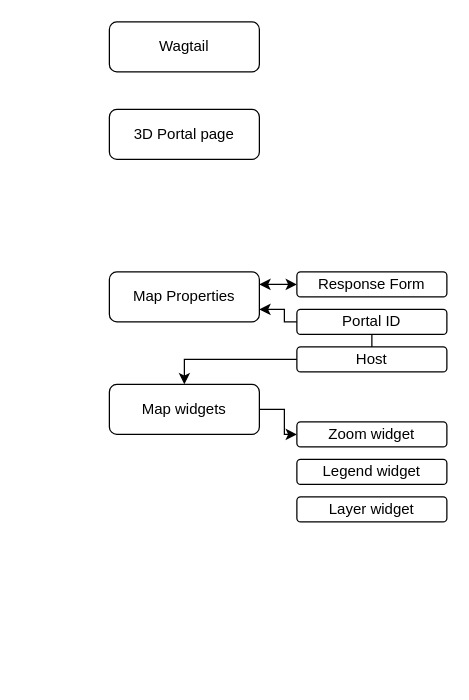
The draw.io diagram Concept/ActivityDiagram-user.drawio in semnijenhuis/3D-ArcGisProject, before the edit. Source tidied: cells renumbered, new cells numbered last; positions are measured from the earlier drawing's top-left corner, leaving out a move shared by most shapes. Both pictures are drawn from the tidied source at 125%, with x=0, y=0 at pixel (109, 21).
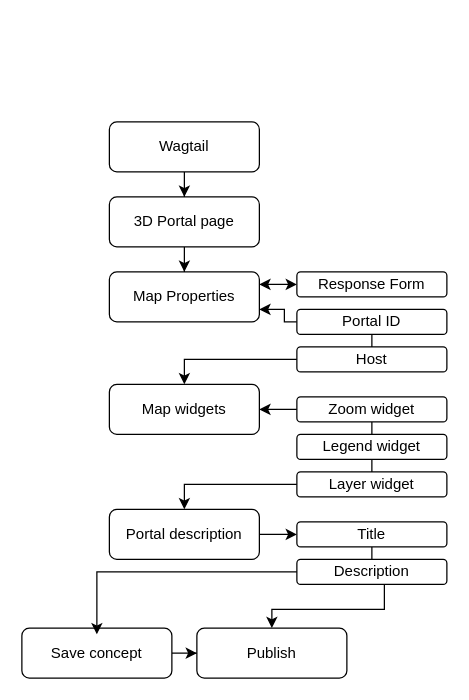
After the change.

Unchanged cells that the change refers to:
```xml
<mxCell id="6" value="Map Properties" style="rounded=1;whiteSpace=wrap;html=1;fontSize=12;glass=0;strokeWidth=1;shadow=0;" parent="1" vertex="1">
  <mxGeometry y="200" width="120" height="40" as="geometry" />
</mxCell>
<mxCell id="8" value="Map widgets" style="rounded=1;whiteSpace=wrap;html=1;fontSize=12;glass=0;strokeWidth=1;shadow=0;" parent="1" vertex="1">
  <mxGeometry y="290" width="120" height="40" as="geometry" />
</mxCell>
```

Change to the diagram source:
```diff
@@
+    <mxCell id="17" style="edgeStyle=orthogonalEdgeStyle;rounded=0;jettySize=auto;html=1;entryX=0.5;entryY=0;entryDx=0;entryDy=0;" parent="1" edge="1" source="2" target="3">
+      <mxGeometry relative="1" as="geometry" />
+    </mxCell>
     <mxCell id="2" value="Wagtail" style="rounded=1;whiteSpace=wrap;html=1;fontSize=12;glass=0;strokeWidth=1;shadow=0;" parent="1" vertex="1">
-      <mxGeometry width="120" height="40" as="geometry" />
+      <mxGeometry y="80" width="120" height="40" as="geometry" />
     </mxCell>
+    <mxCell id="18" style="edgeStyle=orthogonalEdgeStyle;rounded=0;jettySize=auto;html=1;entryX=0.5;entryY=0;entryDx=0;entryDy=0;" parent="1" edge="1" source="3" target="6">
+      <mxGeometry relative="1" as="geometry" />
+    </mxCell>
     <mxCell id="3" value="3D Portal page" style="rounded=1;whiteSpace=wrap;html=1;fontSize=12;glass=0;strokeWidth=1;shadow=0;" parent="1" vertex="1">
-      <mxGeometry y="70" width="120" height="40" as="geometry" />
+      <mxGeometry y="140" width="120" height="40" as="geometry" />
     </mxCell>
@@
-    <mxCell id="7" style="edgeStyle=orthogonalEdgeStyle;rounded=0;jettySize=auto;html=1;entryX=0;entryY=0.5;entryDx=0;entryDy=0;" parent="1" edge="1" source="8" target="15">
+    <mxCell id="7" style="edgeStyle=orthogonalEdgeStyle;rounded=0;jettySize=auto;html=1;entryX=0;entryY=0.5;entryDx=0;entryDy=0;endArrow=none;endFill=0;startArrow=classic;startFill=1;" parent="1" edge="1" source="8" target="15">
       <mxGeometry relative="1" as="geometry" />
     </mxCell>
@@
+    <mxCell id="19" style="edgeStyle=orthogonalEdgeStyle;rounded=0;jettySize=auto;html=1;endArrow=none;endFill=0;" parent="1" edge="1" source="14" target="16">
+      <mxGeometry relative="1" as="geometry" />
+    </mxCell>
     <mxCell id="14" value="Legend widget" style="rounded=1;whiteSpace=wrap;html=1;fontSize=12;glass=0;strokeWidth=1;shadow=0;" parent="1" vertex="1">
-      <mxGeometry x="150" y="350" width="120" height="20" as="geometry" />
+      <mxGeometry x="150" y="330" width="120" height="20" as="geometry" />
     </mxCell>
+    <mxCell id="20" style="edgeStyle=orthogonalEdgeStyle;rounded=0;jettySize=auto;html=1;entryX=0.5;entryY=0;entryDx=0;entryDy=0;endArrow=none;endFill=0;" parent="1" edge="1" source="15" target="14">
+      <mxGeometry relative="1" as="geometry">
+        <Array as="points">
+          <mxPoint x="210" y="330" />
+          <mxPoint x="210" y="330" />
+        </Array>
+      </mxGeometry>
+    </mxCell>
     <mxCell id="15" value="Zoom widget" style="rounded=1;whiteSpace=wrap;html=1;fontSize=12;glass=0;strokeWidth=1;shadow=0;" parent="1" vertex="1">
-      <mxGeometry x="150" y="320" width="120" height="20" as="geometry" />
+      <mxGeometry x="150" y="300" width="120" height="20" as="geometry" />
     </mxCell>
+    <mxCell id="21" style="edgeStyle=orthogonalEdgeStyle;rounded=0;jettySize=auto;html=1;entryX=0.5;entryY=0;entryDx=0;entryDy=0;" parent="1" edge="1" source="16" target="23">
+      <mxGeometry relative="1" as="geometry" />
+    </mxCell>
     <mxCell id="16" value="Layer widget" style="rounded=1;whiteSpace=wrap;html=1;fontSize=12;glass=0;strokeWidth=1;shadow=0;" parent="1" vertex="1">
-      <mxGeometry x="150" y="380" width="120" height="20" as="geometry" />
+      <mxGeometry x="150" y="360" width="120" height="20" as="geometry" />
     </mxCell>
+    <mxCell id="22" style="edgeStyle=orthogonalEdgeStyle;rounded=0;jettySize=auto;html=1;" parent="1" edge="1" source="23" target="28">
+      <mxGeometry relative="1" as="geometry" />
+    </mxCell>
+    <mxCell id="23" value="Portal description" style="rounded=1;whiteSpace=wrap;html=1;fontSize=12;glass=0;strokeWidth=1;shadow=0;" parent="1" vertex="1">
+      <mxGeometry y="390" width="120" height="40" as="geometry" />
+    </mxCell>
+    <mxCell id="24" style="edgeStyle=orthogonalEdgeStyle;rounded=0;jettySize=auto;html=1;entryX=0;entryY=0.5;entryDx=0;entryDy=0;" parent="1" edge="1" source="25" target="26">
+      <mxGeometry relative="1" as="geometry" />
+    </mxCell>
+    <mxCell id="25" value="Save concept" style="rounded=1;whiteSpace=wrap;html=1;fontSize=12;glass=0;strokeWidth=1;shadow=0;" parent="1" vertex="1">
+      <mxGeometry x="-70" y="485" width="120" height="40" as="geometry" />
+    </mxCell>
+    <mxCell id="26" value="Publish" style="rounded=1;whiteSpace=wrap;html=1;fontSize=12;glass=0;strokeWidth=1;shadow=0;" parent="1" vertex="1">
+      <mxGeometry x="70" y="485" width="120" height="40" as="geometry" />
+    </mxCell>
+    <mxCell id="27" style="edgeStyle=orthogonalEdgeStyle;rounded=0;jettySize=auto;html=1;entryX=0.5;entryY=0;entryDx=0;entryDy=0;endArrow=none;endFill=0;" parent="1" edge="1" source="28" target="30">
+      <mxGeometry relative="1" as="geometry" />
+    </mxCell>
+    <mxCell id="28" value="Title" style="rounded=1;whiteSpace=wrap;html=1;fontSize=12;glass=0;strokeWidth=1;shadow=0;" parent="1" vertex="1">
+      <mxGeometry x="150" y="400" width="120" height="20" as="geometry" />
+    </mxCell>
+    <mxCell id="29" style="edgeStyle=orthogonalEdgeStyle;rounded=0;jettySize=auto;html=1;" parent="1" edge="1" source="30" target="26">
+      <mxGeometry relative="1" as="geometry">
+        <Array as="points">
+          <mxPoint x="220" y="470" />
+          <mxPoint x="130" y="470" />
+        </Array>
+      </mxGeometry>
+    </mxCell>
+    <mxCell id="30" value="Description" style="rounded=1;whiteSpace=wrap;html=1;fontSize=12;glass=0;strokeWidth=1;shadow=0;" parent="1" vertex="1">
+      <mxGeometry x="150" y="430" width="120" height="20" as="geometry" />
+    </mxCell>
+    <mxCell id="31" style="edgeStyle=orthogonalEdgeStyle;rounded=0;jettySize=auto;html=1;entryX=0.5;entryY=0.125;entryDx=0;entryDy=0;entryPerimeter=0;" parent="1" edge="1" source="30" target="25">
+      <mxGeometry relative="1" as="geometry" />
+    </mxCell>
```
